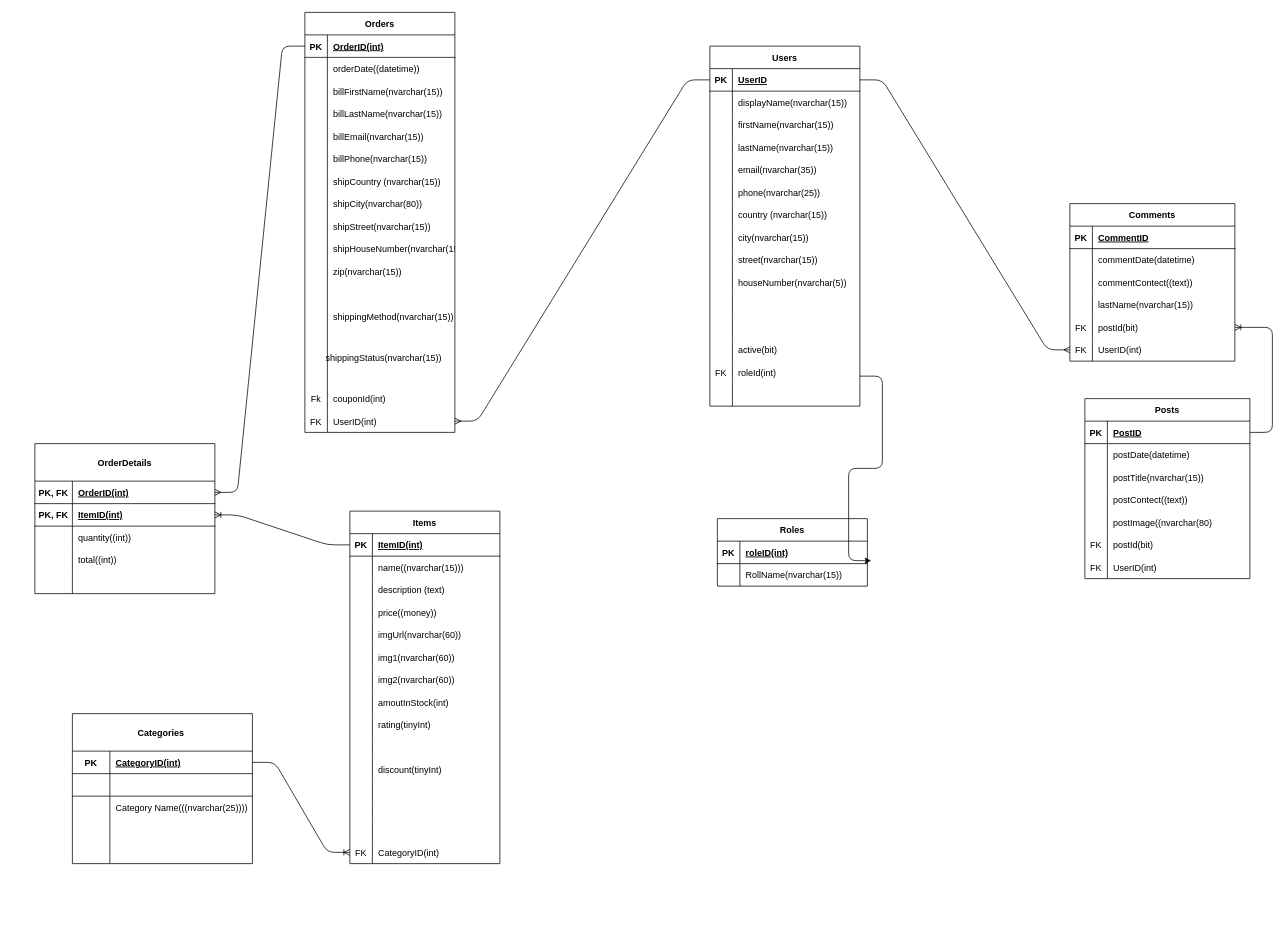
Above: Untitled Diagram.drawio in giladdekel/TypescriptE (draw.io), before the change. Source tidied: cells renumbered, new cells numbered last; positions are measured from the earlier drawing's top-left corner, leaving out a move shared by most shapes. Both pictures are drawn from the tidied source at 75%, with x=0, y=0 at pixel (34, 12).
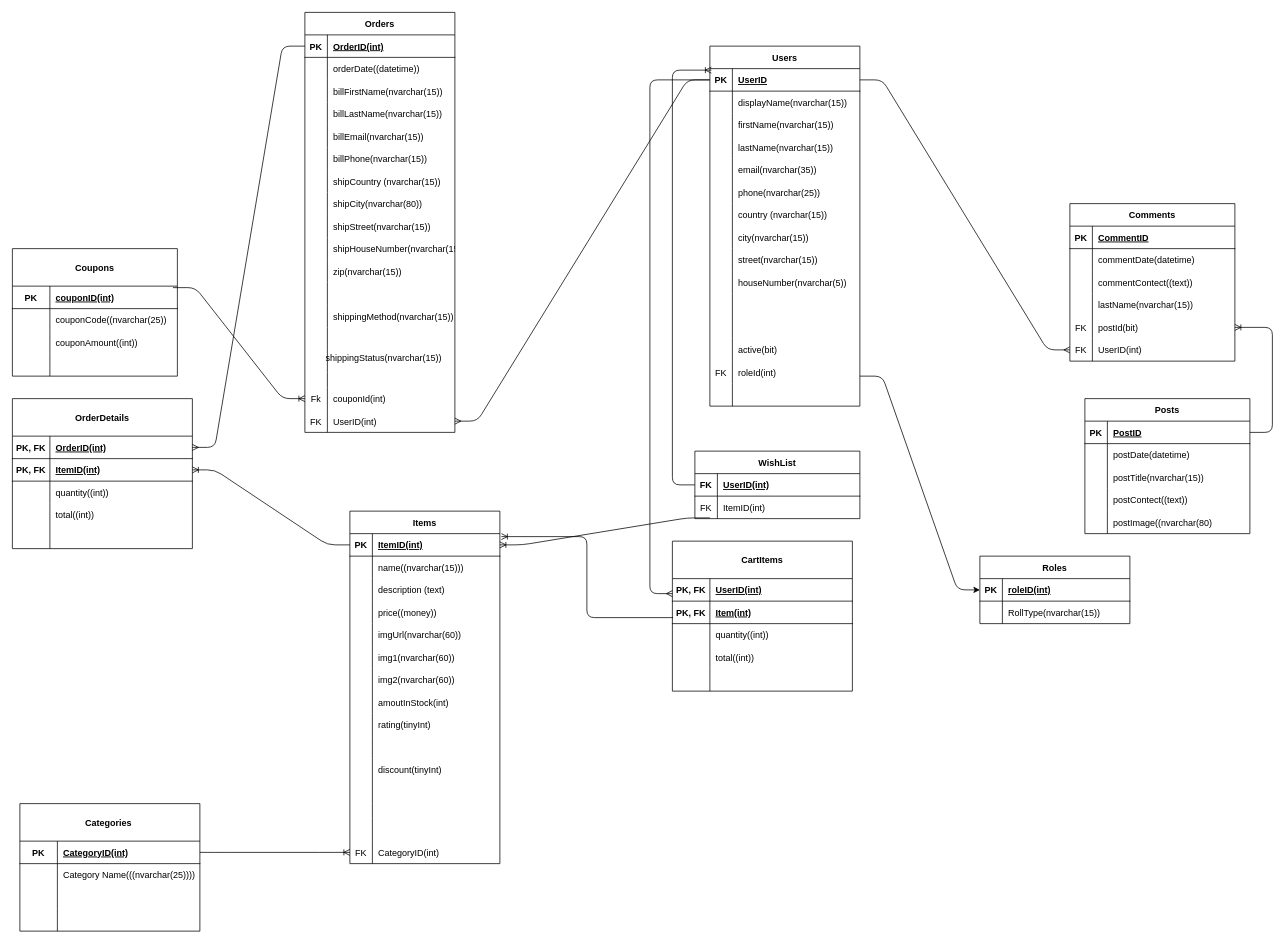
The same page after the edit.

Unchanged cells that the change refers to:
```xml
<mxCell id="3" style="shape=partialRectangle;fillColor=none;top=0;left=0;bottom=1;right=0;points=[[0,0.5],[1,0.5]];portConstraint=eastwest;" parent="2" vertex="1">
  <mxGeometry y="30" width="200" height="30" as="geometry" />
</mxCell>
<mxCell id="97" style="shape=partialRectangle;fillColor=none;top=0;left=0;bottom=0;right=0;points=[[0,0.5],[1,0.5]];portConstraint=eastwest;" parent="48" vertex="1">
  <mxGeometry y="500" width="200" height="30" as="geometry" />
</mxCell>
<mxCell id="100" style="shape=partialRectangle;fillColor=none;top=0;left=0;bottom=0;right=0;points=[[0,0.5],[1,0.5]];portConstraint=eastwest;" parent="48" vertex="1">
  <mxGeometry y="530" width="200" height="30" as="geometry" />
</mxCell>
<mxCell id="123" style="shape=partialRectangle;fillColor=none;top=0;left=0;bottom=1;right=0;points=[[0,0.5],[1,0.5]];portConstraint=eastwest;" parent="122" vertex="1">
  <mxGeometry y="30" width="200" height="30" as="geometry" />
</mxCell>
<mxCell id="187" style="shape=partialRectangle;fillColor=none;top=0;left=0;bottom=1;right=0;points=[[0,0.5],[1,0.5]];portConstraint=eastwest;" parent="186" vertex="1">
  <mxGeometry y="30" width="200" height="30" as="geometry" />
</mxCell>
<mxCell id="190" style="shape=partialRectangle;fillColor=none;top=0;left=0;bottom=0;right=0;" parent="186" vertex="1">
  <mxGeometry y="60" width="200" height="30" as="geometry" />
</mxCell>
```

Change to the diagram source:
```diff
@@
-    <mxCell id="103" style="edgeStyle=entityRelationEdgeStyle;fontSize=12;html=1;endArrow=ERmany;" parent="1" edge="1" source="3" target="100">
+    <mxCell id="103" style="edgeStyle=entityRelationEdgeStyle;fontSize=12;html=1;endArrow=ERmany;exitX=0;exitY=0.5;exitDx=0;exitDy=0;" parent="1" edge="1" source="3" target="100">
       <mxGeometry relative="1" as="geometry" />
     </mxCell>
@@
     <mxCell id="105" value="OrderDetails" style="shape=table;startSize=50;childLayout=tableLayout;rowLines=0;fontStyle=1;align=center;" parent="1" vertex="1">
-      <mxGeometry y="575" width="240" height="200" as="geometry" />
+      <mxGeometry x="-30" y="515" width="240" height="200" as="geometry" />
     </mxCell>
@@
     <mxCell id="169" value="Categories " style="shape=table;startSize=50;childLayout=tableLayout;rowLines=0;fontStyle=1;align=center;" parent="1" vertex="1">
-      <mxGeometry x="50" y="935" width="240" height="200" as="geometry" />
+      <mxGeometry x="-20" y="1055" width="240" height="170" as="geometry" />
     </mxCell>
@@
-    <mxCell id="173" style="shape=partialRectangle;fillColor=none;top=0;left=0;bottom=1;right=0;points=[[0,0.5],[1,0.5]];portConstraint=eastwest;" parent="169" vertex="1">
-      <mxGeometry y="80" width="240" height="30" as="geometry" />
-    </mxCell>
-    <mxCell id="174" style="shape=partialRectangle;fillColor=none;top=0;left=0;bottom=0;right=0;fontStyle=1;overflow=hidden;" parent="173" vertex="1">
-      <mxGeometry width="50" height="30" as="geometry" />
-    </mxCell>
-    <mxCell id="175" style="shape=partialRectangle;fillColor=none;top=0;left=0;bottom=0;right=0;align=left;spacingLeft=6;fontStyle=5;overflow=hidden;" parent="173" vertex="1">
-      <mxGeometry x="50" width="190" height="30" as="geometry" />
-    </mxCell>
     <mxCell id="176" style="shape=partialRectangle;fillColor=none;top=0;left=0;bottom=0;right=0;" parent="169" vertex="1">
-      <mxGeometry y="110" width="240" height="30" as="geometry" />
+      <mxGeometry y="80" width="240" height="30" as="geometry" />
     </mxCell>
@@
     <mxCell id="179" style="shape=partialRectangle;fillColor=none;top=0;left=0;bottom=0;right=0;" parent="169" vertex="1">
-      <mxGeometry y="140" width="240" height="30" as="geometry" />
+      <mxGeometry y="110" width="240" height="30" as="geometry" />
     </mxCell>
@@
     <mxCell id="182" style="shape=partialRectangle;fillColor=none;top=0;left=0;bottom=0;right=0;" parent="169" vertex="1">
-      <mxGeometry y="170" width="240" height="30" as="geometry" />
+      <mxGeometry y="140" width="240" height="30" as="geometry" />
     </mxCell>
@@
     <mxCell id="186" value="Roles" style="shape=table;startSize=30;childLayout=tableLayout;rowLines=0;fontStyle=1;align=center;" parent="1" vertex="1">
-      <mxGeometry x="910" y="675" width="200" height="90" as="geometry" />
+      <mxGeometry x="1260" y="725" width="200" height="90" as="geometry" />
     </mxCell>
@@
-    <mxCell id="192" value="RollName(nvarchar(15))" style="shape=partialRectangle;fillColor=none;top=0;left=0;bottom=0;right=0;align=left;spacingLeft=6;overflow=hidden;" parent="190" vertex="1">
+    <mxCell id="192" value="RollType(nvarchar(15))" style="shape=partialRectangle;fillColor=none;top=0;left=0;bottom=0;right=0;align=left;spacingLeft=6;overflow=hidden;" parent="190" vertex="1">
       <mxGeometry x="30" width="170" height="30" as="geometry" />
     </mxCell>
@@
-    <mxCell id="194" style="edgeStyle=entityRelationEdgeStyle;fontSize=12;html=1;endArrow=classic;entryX=1.025;entryY=0.867;entryDx=0;entryDy=0;endFill=1;entryPerimeter=0;" parent="1" edge="1" target="187">
+    <mxCell id="194" style="edgeStyle=entityRelationEdgeStyle;fontSize=12;html=1;endArrow=classic;endFill=1;" parent="1" edge="1" target="187">
       <mxGeometry relative="1" as="geometry">
         <mxPoint x="1100" y="485" as="sourcePoint" />
       </mxGeometry>
     </mxCell>
@@
     <mxCell id="215" value="Posts" style="shape=table;startSize=30;childLayout=tableLayout;rowLines=0;fontStyle=1;align=center;" parent="1" vertex="1">
-      <mxGeometry x="1400" y="515" width="220" height="240" as="geometry" />
+      <mxGeometry x="1400" y="515" width="220" height="180" as="geometry" />
     </mxCell>
@@
-    <mxCell id="231" style="shape=partialRectangle;fillColor=none;top=0;left=0;bottom=0;right=0;" parent="215" vertex="1">
-      <mxGeometry y="180" width="220" height="30" as="geometry" />
-    </mxCell>
-    <mxCell id="232" value="FK" style="shape=partialRectangle;fillColor=none;top=0;left=0;bottom=0;right=0;overflow=hidden;" parent="231" vertex="1">
-      <mxGeometry width="30" height="30" as="geometry" />
-    </mxCell>
-    <mxCell id="233" value="postId(bit)" style="shape=partialRectangle;fillColor=none;top=0;left=0;bottom=0;right=0;align=left;spacingLeft=6;overflow=hidden;" parent="231" vertex="1">
-      <mxGeometry x="30" width="190" height="30" as="geometry" />
-    </mxCell>
-    <mxCell id="234" style="shape=partialRectangle;fillColor=none;top=0;left=0;bottom=0;right=0;" parent="215" vertex="1">
-      <mxGeometry y="210" width="220" height="30" as="geometry" />
-    </mxCell>
-    <mxCell id="235" value="FK" style="shape=partialRectangle;fillColor=none;top=0;left=0;bottom=0;right=0;overflow=hidden;" parent="234" vertex="1">
-      <mxGeometry width="30" height="30" as="geometry" />
-    </mxCell>
-    <mxCell id="236" value="UserID(int)" style="shape=partialRectangle;fillColor=none;top=0;left=0;bottom=0;right=0;align=left;spacingLeft=6;overflow=hidden;" parent="234" vertex="1">
-      <mxGeometry x="30" width="190" height="30" as="geometry" />
-    </mxCell>
@@
+    <mxCell id="238" value="WishList" style="shape=table;startSize=30;childLayout=tableLayout;rowLines=0;fontStyle=1;align=center;" parent="1" vertex="1">
+      <mxGeometry x="880" y="585" width="220" height="90" as="geometry" />
+    </mxCell>
+    <mxCell id="239" style="shape=partialRectangle;fillColor=none;top=0;left=0;bottom=1;right=0;points=[[0,0.5],[1,0.5]];portConstraint=eastwest;" parent="238" vertex="1">
+      <mxGeometry y="30" width="220" height="30" as="geometry" />
+    </mxCell>
+    <mxCell id="240" value="FK" style="shape=partialRectangle;fillColor=none;top=0;left=0;bottom=0;right=0;fontStyle=1;overflow=hidden;" parent="239" vertex="1">
+      <mxGeometry width="30" height="30" as="geometry" />
+    </mxCell>
+    <mxCell id="241" value="UserID(int)" style="shape=partialRectangle;fillColor=none;top=0;left=0;bottom=0;right=0;align=left;spacingLeft=6;fontStyle=5;overflow=hidden;" parent="239" vertex="1">
+      <mxGeometry x="30" width="190" height="30" as="geometry" />
+    </mxCell>
+    <mxCell id="242" style="shape=partialRectangle;fillColor=none;top=0;left=0;bottom=0;right=0;points=[[0,0.5],[1,0.5]];portConstraint=eastwest;" parent="238" vertex="1">
+      <mxGeometry y="60" width="220" height="30" as="geometry" />
+    </mxCell>
+    <mxCell id="243" value="FK" style="shape=partialRectangle;fillColor=none;top=0;left=0;bottom=0;right=0;overflow=hidden;" parent="242" vertex="1">
+      <mxGeometry width="30" height="30" as="geometry" />
+    </mxCell>
+    <mxCell id="244" value="ItemID(int)" style="shape=partialRectangle;fillColor=none;top=0;left=0;bottom=0;right=0;align=left;spacingLeft=6;overflow=hidden;" parent="242" vertex="1">
+      <mxGeometry x="30" width="190" height="30" as="geometry" />
+    </mxCell>
+    <mxCell id="245" style="edgeStyle=elbowEdgeStyle;fontSize=12;html=1;endArrow=ERoneToMany;exitX=0;exitY=0.5;exitDx=0;exitDy=0;entryX=0.01;entryY=0.067;entryDx=0;entryDy=0;entryPerimeter=0;" parent="1" edge="1" source="239" target="3">
+      <mxGeometry relative="1" as="geometry">
+        <Array as="points">
+          <mxPoint x="850" y="585" />
+        </Array>
+      </mxGeometry>
+    </mxCell>
+    <mxCell id="246" style="edgeStyle=entityRelationEdgeStyle;fontSize=12;html=1;endArrow=ERoneToMany;exitX=0.091;exitY=0.967;exitDx=0;exitDy=0;exitPerimeter=0;entryX=1;entryY=0.5;entryDx=0;entryDy=0;" parent="1" edge="1" source="242" target="123">
+      <mxGeometry relative="1" as="geometry" />
+    </mxCell>
+    <mxCell id="247" value="Coupons" style="shape=table;startSize=50;childLayout=tableLayout;rowLines=0;fontStyle=1;align=center;" parent="1" vertex="1">
+      <mxGeometry x="-30" y="315" width="220" height="170" as="geometry" />
+    </mxCell>
+    <mxCell id="248" style="shape=partialRectangle;fillColor=none;top=0;left=0;bottom=1;right=0;points=[[0,0.5],[1,0.5]];portConstraint=eastwest;" parent="247" vertex="1">
+      <mxGeometry y="50" width="220" height="30" as="geometry" />
+    </mxCell>
+    <mxCell id="249" value="PK" style="shape=partialRectangle;fillColor=none;top=0;left=0;bottom=0;right=0;fontStyle=1;overflow=hidden;" parent="248" vertex="1">
+      <mxGeometry width="50" height="30" as="geometry" />
+    </mxCell>
+    <mxCell id="250" value="couponID(int)" style="shape=partialRectangle;fillColor=none;top=0;left=0;bottom=0;right=0;align=left;spacingLeft=6;fontStyle=5;overflow=hidden;" parent="248" vertex="1">
+      <mxGeometry x="50" width="170" height="30" as="geometry" />
+    </mxCell>
+    <mxCell id="251" style="shape=partialRectangle;fillColor=none;top=0;left=0;bottom=0;right=0;" parent="247" vertex="1">
+      <mxGeometry y="80" width="220" height="30" as="geometry" />
+    </mxCell>
+    <mxCell id="252" style="shape=partialRectangle;fillColor=none;top=0;left=0;bottom=0;right=0;overflow=hidden;" parent="251" vertex="1">
+      <mxGeometry width="50" height="30" as="geometry" />
+    </mxCell>
+    <mxCell id="253" value="couponCode((nvarchar(25))" style="shape=partialRectangle;fillColor=none;top=0;left=0;bottom=0;right=0;align=left;spacingLeft=6;overflow=hidden;" parent="251" vertex="1">
+      <mxGeometry x="50" width="170" height="30" as="geometry" />
+    </mxCell>
+    <mxCell id="254" style="shape=partialRectangle;fillColor=none;top=0;left=0;bottom=0;right=0;" parent="247" vertex="1">
+      <mxGeometry y="110" width="220" height="30" as="geometry" />
+    </mxCell>
+    <mxCell id="255" style="shape=partialRectangle;fillColor=none;top=0;left=0;bottom=0;right=0;overflow=hidden;" parent="254" vertex="1">
+      <mxGeometry width="50" height="30" as="geometry" />
+    </mxCell>
+    <mxCell id="256" value="couponAmount((int))" style="shape=partialRectangle;fillColor=none;top=0;left=0;bottom=0;right=0;align=left;spacingLeft=6;overflow=hidden;" parent="254" vertex="1">
+      <mxGeometry x="50" width="170" height="30" as="geometry" />
+    </mxCell>
+    <mxCell id="257" style="shape=partialRectangle;fillColor=none;top=0;left=0;bottom=0;right=0;" parent="247" vertex="1">
+      <mxGeometry y="140" width="220" height="30" as="geometry" />
+    </mxCell>
+    <mxCell id="258" style="shape=partialRectangle;fillColor=none;top=0;left=0;bottom=0;right=0;overflow=hidden;" parent="257" vertex="1">
+      <mxGeometry width="50" height="30" as="geometry" />
+    </mxCell>
+    <mxCell id="259" style="shape=partialRectangle;fillColor=none;top=0;left=0;bottom=0;right=0;align=left;spacingLeft=6;overflow=hidden;" parent="257" vertex="1">
+      <mxGeometry x="50" width="170" height="30" as="geometry" />
+    </mxCell>
+    <mxCell id="260" style="edgeStyle=entityRelationEdgeStyle;fontSize=12;html=1;endArrow=ERoneToMany;exitX=0.973;exitY=0.067;exitDx=0;exitDy=0;exitPerimeter=0;entryX=0;entryY=0.5;entryDx=0;entryDy=0;" parent="1" edge="1" source="248" target="97">
+      <mxGeometry relative="1" as="geometry" />
+    </mxCell>
+    <mxCell id="261" value="CartItems" style="shape=table;startSize=50;childLayout=tableLayout;rowLines=0;fontStyle=1;align=center;" parent="1" vertex="1">
+      <mxGeometry x="850" y="705" width="240" height="200" as="geometry" />
+    </mxCell>
+    <mxCell id="262" style="shape=partialRectangle;fillColor=none;top=0;left=0;bottom=1;right=0;" parent="261" vertex="1">
+      <mxGeometry y="50" width="240" height="30" as="geometry" />
+    </mxCell>
+    <mxCell id="263" value="PK, FK" style="shape=partialRectangle;fillColor=none;top=0;left=0;bottom=0;right=0;fontStyle=1;overflow=hidden;" parent="262" vertex="1">
+      <mxGeometry width="50" height="30" as="geometry" />
+    </mxCell>
+    <mxCell id="264" value="UserID(int)" style="shape=partialRectangle;fillColor=none;top=0;left=0;bottom=0;right=0;align=left;spacingLeft=6;fontStyle=5;overflow=hidden;" parent="262" vertex="1">
+      <mxGeometry x="50" width="190" height="30" as="geometry" />
+    </mxCell>
+    <mxCell id="173" style="shape=partialRectangle;fillColor=none;top=0;left=0;bottom=1;right=0;points=[[0,0.5],[1,0.5]];portConstraint=eastwest;" parent="261" vertex="1">
+      <mxGeometry y="80" width="240" height="30" as="geometry" />
+    </mxCell>
+    <mxCell id="265" value="PK, FK" style="shape=partialRectangle;fillColor=none;top=0;left=0;bottom=0;right=0;fontStyle=1;overflow=hidden;" parent="173" vertex="1">
+      <mxGeometry width="50" height="30" as="geometry" />
+    </mxCell>
+    <mxCell id="266" value="Item(int)" style="shape=partialRectangle;fillColor=none;top=0;left=0;bottom=0;right=0;align=left;spacingLeft=6;fontStyle=5;overflow=hidden;" parent="173" vertex="1">
+      <mxGeometry x="50" width="190" height="30" as="geometry" />
+    </mxCell>
+    <mxCell id="267" style="shape=partialRectangle;fillColor=none;top=0;left=0;bottom=0;right=0;" parent="261" vertex="1">
+      <mxGeometry y="110" width="240" height="30" as="geometry" />
+    </mxCell>
+    <mxCell id="268" style="shape=partialRectangle;fillColor=none;top=0;left=0;bottom=0;right=0;overflow=hidden;" parent="267" vertex="1">
+      <mxGeometry width="50" height="30" as="geometry" />
+    </mxCell>
+    <mxCell id="269" value="quantity((int))" style="shape=partialRectangle;fillColor=none;top=0;left=0;bottom=0;right=0;align=left;spacingLeft=6;overflow=hidden;" parent="267" vertex="1">
+      <mxGeometry x="50" width="190" height="30" as="geometry" />
+    </mxCell>
+    <mxCell id="270" style="shape=partialRectangle;fillColor=none;top=0;left=0;bottom=0;right=0;" parent="261" vertex="1">
+      <mxGeometry y="140" width="240" height="30" as="geometry" />
+    </mxCell>
+    <mxCell id="271" style="shape=partialRectangle;fillColor=none;top=0;left=0;bottom=0;right=0;overflow=hidden;" parent="270" vertex="1">
+      <mxGeometry width="50" height="30" as="geometry" />
+    </mxCell>
+    <mxCell id="272" value="total((int))" style="shape=partialRectangle;fillColor=none;top=0;left=0;bottom=0;right=0;align=left;spacingLeft=6;overflow=hidden;" parent="270" vertex="1">
+      <mxGeometry x="50" width="190" height="30" as="geometry" />
+    </mxCell>
+    <mxCell id="273" style="shape=partialRectangle;fillColor=none;top=0;left=0;bottom=0;right=0;" parent="261" vertex="1">
+      <mxGeometry y="170" width="240" height="30" as="geometry" />
+    </mxCell>
+    <mxCell id="274" style="shape=partialRectangle;fillColor=none;top=0;left=0;bottom=0;right=0;overflow=hidden;" parent="273" vertex="1">
+      <mxGeometry width="50" height="30" as="geometry" />
+    </mxCell>
+    <mxCell id="275" style="shape=partialRectangle;fillColor=none;top=0;left=0;bottom=0;right=0;align=left;spacingLeft=6;overflow=hidden;" parent="273" vertex="1">
+      <mxGeometry x="50" width="190" height="30" as="geometry" />
+    </mxCell>
+    <mxCell id="276" style="edgeStyle=elbowEdgeStyle;fontSize=12;html=1;endArrow=ERmany;exitX=0;exitY=0.5;exitDx=0;exitDy=0;" parent="1" edge="1" source="3">
+      <mxGeometry relative="1" as="geometry">
+        <mxPoint x="850" y="775" as="targetPoint" />
+        <Array as="points">
+          <mxPoint x="820" y="775" />
+        </Array>
+      </mxGeometry>
+    </mxCell>
+    <mxCell id="277" style="edgeStyle=elbowEdgeStyle;fontSize=12;html=1;endArrow=ERoneToMany;exitX=0.004;exitY=0.733;exitDx=0;exitDy=0;exitPerimeter=0;entryX=1.01;entryY=0.133;entryDx=0;entryDy=0;entryPerimeter=0;" parent="1" edge="1" source="173" target="123">
+      <mxGeometry relative="1" as="geometry" />
+    </mxCell>
```
